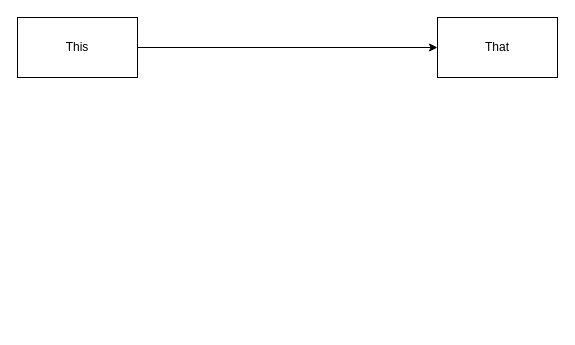
Above: Assets/Diagrams/Untitled Diagram.drawio in cpttrvs/NoGodNoGame (draw.io), before the change. Source tidied: cells renumbered, new cells numbered last; positions are measured from the earlier drawing's top-left corner, leaving out a move shared by most shapes. Both pictures are drawn from the tidied source at 100%, with x=0, y=0 at pixel (17, 17).
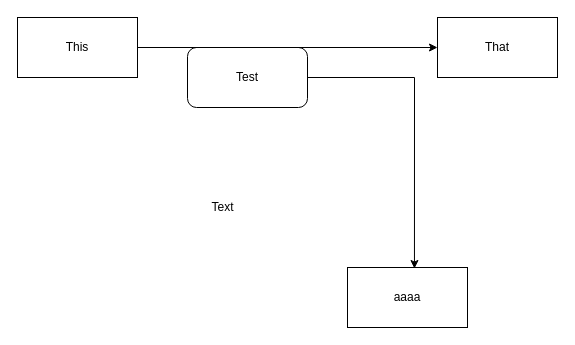
Above is the later version.

Commit message:
new diagram joseph

Change to the diagram source:
```diff
@@
 <mxGraphModel>
   <root>
     <mxCell id="0" />
     <mxCell id="1" parent="0" />
+    <mxCell id="5" style="edgeStyle=orthogonalEdgeStyle;rounded=0;jettySize=auto;html=1;entryX=0.558;entryY=0.017;entryDx=0;entryDy=0;entryPerimeter=0;" parent="1" edge="1" source="6" target="8">
+      <mxGeometry relative="1" as="geometry" />
+    </mxCell>
     <mxCell id="2" value="This" style="rounded=0;whiteSpace=wrap;html=1;" parent="1" vertex="1">
       <mxGeometry width="120" height="60" as="geometry" />
     </mxCell>
+    <mxCell id="6" value="Test" style="rounded=1;whiteSpace=wrap;html=1;" parent="1" vertex="1">
+      <mxGeometry x="170" y="30" width="120" height="60" as="geometry" />
+    </mxCell>
     <mxCell id="3" style="endArrow=classic;html=1;exitX=1;exitY=0.5;exitDx=0;exitDy=0;entryX=0;entryY=0.5;entryDx=0;entryDy=0;" parent="1" edge="1" source="2" target="4">
       <mxGeometry relative="1" as="geometry" />
     </mxCell>
+    <mxCell id="7" value="Text" style="text;html=1;align=center;verticalAlign=middle;" parent="1" vertex="1">
+      <mxGeometry x="185" y="180" width="40" height="20" as="geometry" />
+    </mxCell>
     <mxCell id="4" value="That" style="rounded=0;whiteSpace=wrap;html=1;" parent="1" vertex="1">
       <mxGeometry x="420" width="120" height="60" as="geometry" />
     </mxCell>
+    <mxCell id="8" value="aaaa" style="rounded=0;whiteSpace=wrap;html=1;" parent="1" vertex="1">
+      <mxGeometry x="330" y="250" width="120" height="60" as="geometry" />
+    </mxCell>
   </root>
 </mxGraphModel>
```
